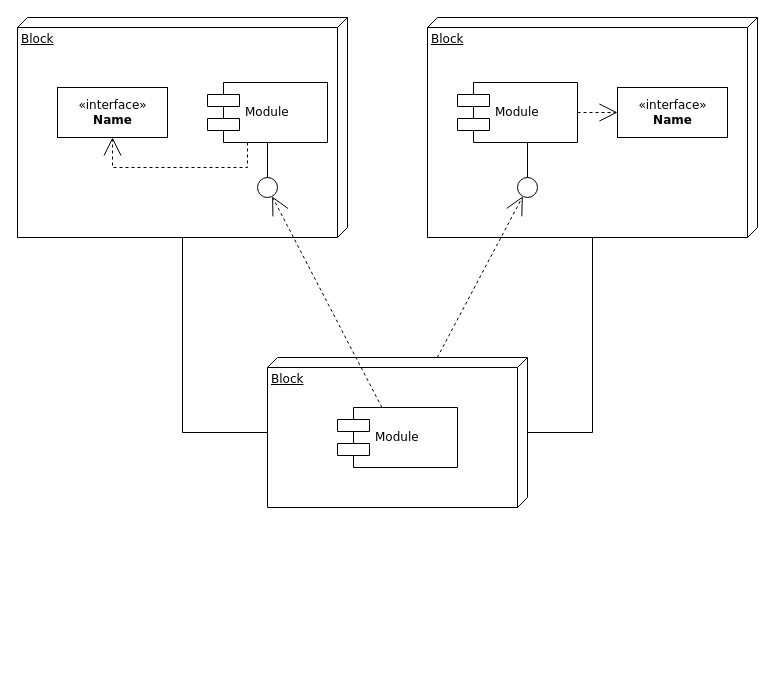
The draw.io diagram data_processing_steps.drawio in ReneHeim/proj_on_uav, before the edit. Source tidied: cells renumbered, new cells numbered last; positions are measured from the earlier drawing's top-left corner, leaving out a move shared by most shapes. Both pictures are drawn from the tidied source at 100%, with x=0, y=0 at pixel (17, 17).
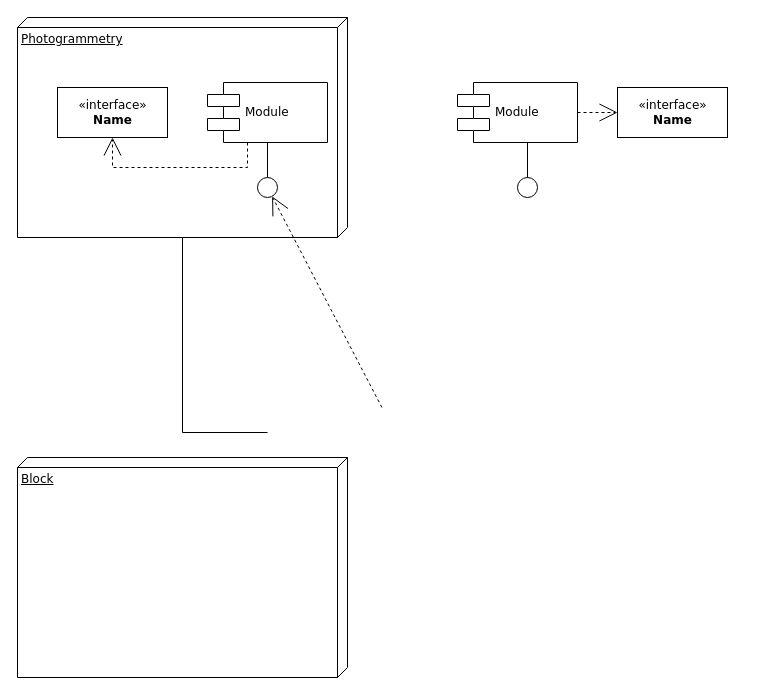
The same diagram, later.

The change refers to these unchanged cells:
```xml
<mxCell id="7" style="ellipse;whiteSpace=wrap;html=1;rounded=0;shadow=0;comic=0;labelBackgroundColor=none;strokeWidth=1;fontFamily=Verdana;fontSize=12;align=center;" parent="1" vertex="1">
  <mxGeometry x="240" y="160" width="20" height="20" as="geometry" />
</mxCell>
<mxCell id="10" style="ellipse;whiteSpace=wrap;html=1;rounded=0;shadow=0;comic=0;labelBackgroundColor=none;strokeWidth=1;fontFamily=Verdana;fontSize=12;align=center;" parent="1" vertex="1">
  <mxGeometry x="500" y="160" width="20" height="20" as="geometry" />
</mxCell>
```

The edit, as a diff of the source:
```diff
@@
-    <mxCell id="2" value="Block" style="verticalAlign=top;align=left;spacingTop=8;spacingLeft=2;spacingRight=12;shape=cube;size=10;direction=south;fontStyle=4;html=1;rounded=0;shadow=0;comic=0;labelBackgroundColor=none;strokeWidth=1;fontFamily=Verdana;fontSize=12;" parent="1" vertex="1">
+    <mxCell id="2" value="Photogrammetry" style="verticalAlign=top;align=left;spacingTop=8;spacingLeft=2;spacingRight=12;shape=cube;size=10;direction=south;fontStyle=4;html=1;rounded=0;shadow=0;comic=0;labelBackgroundColor=none;strokeWidth=1;fontFamily=Verdana;fontSize=12;" parent="1" vertex="1">
       <mxGeometry width="330" height="220" as="geometry" />
     </mxCell>
     <mxCell id="3" value="Block" style="verticalAlign=top;align=left;spacingTop=8;spacingLeft=2;spacingRight=12;shape=cube;size=10;direction=south;fontStyle=4;html=1;rounded=0;shadow=0;comic=0;labelBackgroundColor=none;strokeWidth=1;fontFamily=Verdana;fontSize=12;" parent="1" vertex="1">
-      <mxGeometry x="410" width="330" height="220" as="geometry" />
+      <mxGeometry y="440" width="330" height="220" as="geometry" />
     </mxCell>
-    <mxCell id="4" value="Block" style="verticalAlign=top;align=left;spacingTop=8;spacingLeft=2;spacingRight=12;shape=cube;size=10;direction=south;fontStyle=4;html=1;rounded=0;shadow=0;comic=0;labelBackgroundColor=none;strokeWidth=1;fontFamily=Verdana;fontSize=12;" parent="1" vertex="1">
-      <mxGeometry x="250" y="340" width="260" height="150" as="geometry" />
-    </mxCell>
@@
-    <mxCell id="11" value="Module" style="shape=component;align=left;spacingLeft=36;rounded=0;shadow=0;comic=0;labelBackgroundColor=none;strokeWidth=1;fontFamily=Verdana;fontSize=12;html=1;" parent="1" vertex="1">
-      <mxGeometry x="320" y="390" width="120" height="60" as="geometry" />
-    </mxCell>
-    <mxCell id="12" style="edgeStyle=none;rounded=0;html=1;dashed=1;labelBackgroundColor=none;startArrow=none;startFill=0;startSize=8;endArrow=open;endFill=0;endSize=16;fontFamily=Verdana;fontSize=12;" parent="1" edge="1" source="11" target="7">
-      <mxGeometry relative="1" as="geometry" />
+    <mxCell id="12" style="edgeStyle=none;rounded=0;html=1;dashed=1;labelBackgroundColor=none;startArrow=none;startFill=0;startSize=8;endArrow=open;endFill=0;endSize=16;fontFamily=Verdana;fontSize=12;" parent="1" edge="1" target="7">
+      <mxGeometry relative="1" as="geometry">
+        <mxPoint x="364.4" y="390" as="sourcePoint" />
+      </mxGeometry>
     </mxCell>
-    <mxCell id="13" style="edgeStyle=none;rounded=0;html=1;dashed=1;labelBackgroundColor=none;startArrow=none;startFill=0;startSize=8;endArrow=open;endFill=0;endSize=16;fontFamily=Verdana;fontSize=12;" parent="1" edge="1" source="4" target="10">
-      <mxGeometry relative="1" as="geometry" />
-    </mxCell>
@@
-    <mxCell id="18" style="edgeStyle=orthogonalEdgeStyle;rounded=0;html=1;labelBackgroundColor=none;startArrow=none;startFill=0;startSize=8;endArrow=none;endFill=0;endSize=16;fontFamily=Verdana;fontSize=12;" parent="1" edge="1" source="4" target="3">
-      <mxGeometry relative="1" as="geometry">
-        <Array as="points">
-          <mxPoint x="575" y="415" />
-        </Array>
-      </mxGeometry>
-    </mxCell>
-    <mxCell id="19" style="edgeStyle=orthogonalEdgeStyle;rounded=0;html=1;labelBackgroundColor=none;startArrow=none;startFill=0;startSize=8;endArrow=none;endFill=0;endSize=16;fontFamily=Verdana;fontSize=12;" parent="1" edge="1" source="4" target="2">
+    <mxCell id="19" style="edgeStyle=orthogonalEdgeStyle;rounded=0;html=1;labelBackgroundColor=none;startArrow=none;startFill=0;startSize=8;endArrow=none;endFill=0;endSize=16;fontFamily=Verdana;fontSize=12;" parent="1" edge="1" target="2">
       <mxGeometry relative="1" as="geometry">
+        <mxPoint x="250" y="415" as="sourcePoint" />
         <Array as="points">
           <mxPoint x="165" y="415" />
         </Array>
       </mxGeometry>
     </mxCell>
```
